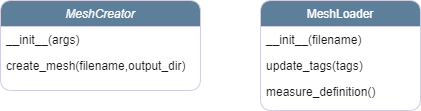
This is report/Images/mesh_class.png from itsmebonny/pacsproj, a draw.io export, as it was before one commit. Source tidied: cells renumbered, new cells last; positions are measured from the earlier drawing's top-left corner, leaving out a move shared by most shapes.
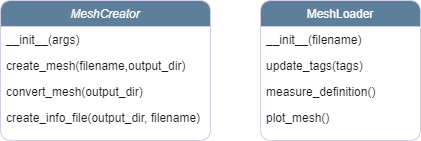
After the commit.

Change to the diagram source:
```diff
@@ -3,16 +3,22 @@
     <mxCell id="0" />
     <mxCell id="1" parent="0" />
     <mxCell id="2" value="MeshCreator" style="swimlane;fontStyle=2;align=center;verticalAlign=top;horizontal=1;startSize=26;rounded=1;shadow=0;strokeWidth=1;labelBackgroundColor=none;fillColor=#5D7F99;strokeColor=#D0CEE2;fontColor=#FFFFFF;" parent="1" vertex="1">
-      <mxGeometry width="200" height="90" as="geometry" />
+      <mxGeometry width="210" height="140" as="geometry" />
     </mxCell>
     <mxCell id="3" value="__init__(args)" style="text;align=left;verticalAlign=top;spacingLeft=4;spacingRight=4;overflow=hidden;labelBackgroundColor=none;fontColor=#1A1A1A;rounded=1;" parent="2" vertex="1">
-      <mxGeometry y="26" width="200" height="26" as="geometry" />
+      <mxGeometry y="26" width="210" height="26" as="geometry" />
     </mxCell>
     <mxCell id="4" value="create_mesh(filename,output_dir)" style="text;align=left;verticalAlign=top;spacingLeft=4;spacingRight=4;overflow=hidden;rounded=1;shadow=0;html=0;labelBackgroundColor=none;fontColor=#1A1A1A;" parent="2" vertex="1">
-      <mxGeometry y="52" width="200" height="26" as="geometry" />
+      <mxGeometry y="52" width="210" height="26" as="geometry" />
     </mxCell>
+    <mxCell id="9" value="convert_mesh(output_dir)" style="text;align=left;verticalAlign=top;spacingLeft=4;spacingRight=4;overflow=hidden;rounded=1;shadow=0;html=0;labelBackgroundColor=none;fontColor=#1A1A1A;" parent="2" vertex="1">
+      <mxGeometry y="78" width="210" height="26" as="geometry" />
+    </mxCell>
+    <mxCell id="10" value="create_info_file(output_dir, filename)" style="text;align=left;verticalAlign=top;spacingLeft=4;spacingRight=4;overflow=hidden;rounded=1;shadow=0;html=0;labelBackgroundColor=none;fontColor=#1A1A1A;" parent="2" vertex="1">
+      <mxGeometry y="104" width="210" height="26" as="geometry" />
+    </mxCell>
     <mxCell id="5" value="MeshLoader" style="swimlane;fontStyle=0;align=center;verticalAlign=top;horizontal=1;startSize=26;rounded=1;shadow=0;strokeWidth=1;labelBackgroundColor=none;fillColor=#5D7F99;strokeColor=#D0CEE2;fontColor=#FFFFFF;" parent="1" vertex="1">
-      <mxGeometry x="260" width="160" height="110" as="geometry" />
+      <mxGeometry x="260" width="160" height="140" as="geometry" />
     </mxCell>
     <mxCell id="6" value="__init__(filename)" style="text;align=left;verticalAlign=top;spacingLeft=4;spacingRight=4;overflow=hidden;labelBackgroundColor=none;fontColor=#1A1A1A;rounded=1;" parent="5" vertex="1">
       <mxGeometry y="26" width="160" height="26" as="geometry" />
@@ -23,5 +29,8 @@
     <mxCell id="8" value="measure_definition()" style="text;align=left;verticalAlign=top;spacingLeft=4;spacingRight=4;overflow=hidden;rounded=1;shadow=0;html=0;labelBackgroundColor=none;fontColor=#1A1A1A;" parent="5" vertex="1">
       <mxGeometry y="78" width="160" height="26" as="geometry" />
     </mxCell>
+    <mxCell id="11" value="plot_mesh()" style="text;align=left;verticalAlign=top;spacingLeft=4;spacingRight=4;overflow=hidden;rounded=1;shadow=0;html=0;labelBackgroundColor=none;fontColor=#1A1A1A;" parent="5" vertex="1">
+      <mxGeometry y="104" width="160" height="26" as="geometry" />
+    </mxCell>
   </root>
 </mxGraphModel>
```
